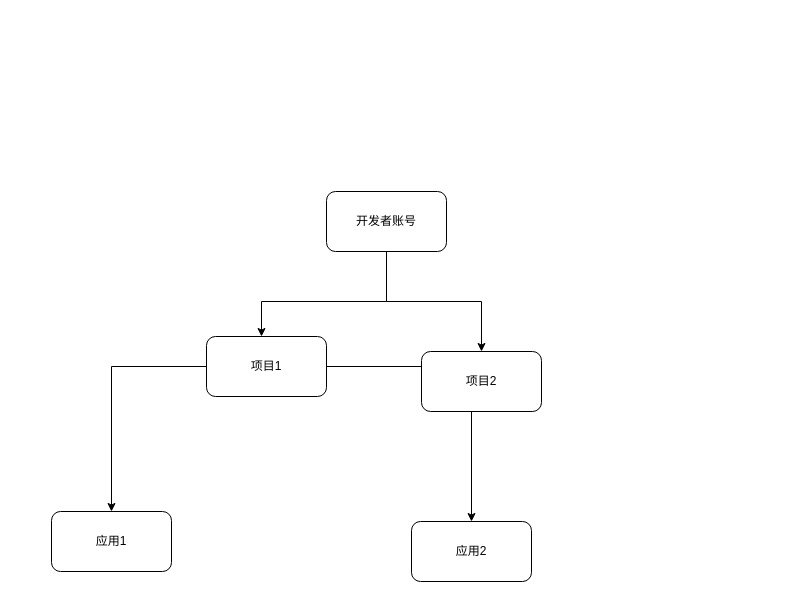
This is cloud_project_application.drawio from jimmy0/chart, a draw.io file, before an edit. Source tidied: cells renumbered, new cells numbered last; positions are measured from the earlier drawing's top-left corner, leaving out a move shared by most shapes. Both pictures are drawn from the tidied source at 100%, with x=0, y=0 at pixel (51, 191).
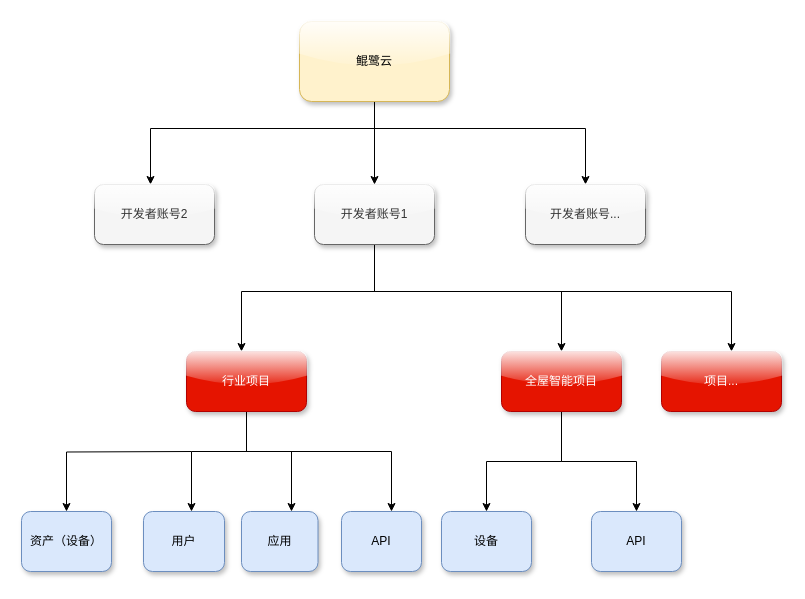
After the change.

Change to the diagram source:
```diff
@@
     <mxCell id="2" style="edgeStyle=orthogonalEdgeStyle;rounded=0;jettySize=auto;html=1;" parent="1" edge="1" source="4" target="7">
       <mxGeometry relative="1" as="geometry">
         <Array as="points">
-          <mxPoint x="335" y="110" />
-          <mxPoint x="210" y="110" />
+          <mxPoint x="323" y="100" />
+          <mxPoint x="190" y="100" />
         </Array>
       </mxGeometry>
     </mxCell>
     <mxCell id="3" style="edgeStyle=orthogonalEdgeStyle;rounded=0;jettySize=auto;html=1;" parent="1" edge="1" source="4" target="8">
-      <mxGeometry relative="1" as="geometry" />
+      <mxGeometry relative="1" as="geometry">
+        <Array as="points">
+          <mxPoint x="323" y="100" />
+          <mxPoint x="510" y="100" />
+        </Array>
+      </mxGeometry>
     </mxCell>
+    <mxCell id="11" style="edgeStyle=orthogonalEdgeStyle;rounded=0;jettySize=auto;html=1;" parent="1" edge="1" source="4" target="26">
+      <mxGeometry relative="1" as="geometry">
+        <Array as="points">
+          <mxPoint x="323" y="100" />
+          <mxPoint x="680" y="100" />
+        </Array>
+      </mxGeometry>
+    </mxCell>
-    <mxCell id="4" value="开发者账号" style="rounded=1;whiteSpace=wrap;html=1;" parent="1" vertex="1">
-      <mxGeometry x="275" width="120" height="60" as="geometry" />
+    <mxCell id="4" value="开发者账号1" style="rounded=1;whiteSpace=wrap;html=1;fillColor=#f5f5f5;strokeColor=#666666;fontColor=#333333;shadow=1;sketch=0;glass=1;" parent="1" vertex="1">
+      <mxGeometry x="263" y="-7" width="120" height="60" as="geometry" />
     </mxCell>
-    <mxCell id="5" style="edgeStyle=orthogonalEdgeStyle;rounded=0;jettySize=auto;html=1;" parent="1" edge="1" source="7" target="9">
-      <mxGeometry relative="1" as="geometry" />
+    <mxCell id="5" style="edgeStyle=orthogonalEdgeStyle;rounded=0;jettySize=auto;html=1;" parent="1" edge="1" target="9">
+      <mxGeometry relative="1" as="geometry">
+        <mxPoint x="140" y="260" as="sourcePoint" />
+      </mxGeometry>
     </mxCell>
     <mxCell id="6" style="edgeStyle=orthogonalEdgeStyle;rounded=0;jettySize=auto;html=1;" parent="1" edge="1" source="7" target="10">
-      <mxGeometry relative="1" as="geometry" />
+      <mxGeometry relative="1" as="geometry">
+        <Array as="points">
+          <mxPoint x="195" y="260" />
+          <mxPoint x="240" y="260" />
+        </Array>
+      </mxGeometry>
     </mxCell>
+    <mxCell id="12" style="edgeStyle=orthogonalEdgeStyle;rounded=0;jettySize=auto;html=1;" parent="1" edge="1" source="7" target="16">
+      <mxGeometry relative="1" as="geometry">
+        <Array as="points">
+          <mxPoint x="195" y="260" />
+          <mxPoint x="140" y="260" />
+        </Array>
+      </mxGeometry>
+    </mxCell>
+    <mxCell id="13" style="edgeStyle=orthogonalEdgeStyle;rounded=0;jettySize=auto;html=1;" parent="1" edge="1" source="7" target="17">
+      <mxGeometry relative="1" as="geometry">
+        <Array as="points">
+          <mxPoint x="195" y="260" />
+          <mxPoint x="340" y="260" />
+        </Array>
+      </mxGeometry>
+    </mxCell>
-    <mxCell id="7" value="项目1" style="rounded=1;whiteSpace=wrap;html=1;" parent="1" vertex="1">
-      <mxGeometry x="155" y="145" width="120" height="60" as="geometry" />
+    <mxCell id="7" value="行业项目" style="rounded=1;whiteSpace=wrap;html=1;fillColor=#e51400;strokeColor=#B20000;fontColor=#ffffff;shadow=1;glass=1;" parent="1" vertex="1">
+      <mxGeometry x="135" y="160" width="120" height="60" as="geometry" />
     </mxCell>
+    <mxCell id="14" style="edgeStyle=orthogonalEdgeStyle;rounded=0;jettySize=auto;html=1;" parent="1" edge="1" source="8" target="18">
+      <mxGeometry relative="1" as="geometry" />
+    </mxCell>
+    <mxCell id="15" style="edgeStyle=orthogonalEdgeStyle;rounded=0;jettySize=auto;html=1;" parent="1" edge="1" source="8" target="19">
+      <mxGeometry relative="1" as="geometry" />
+    </mxCell>
-    <mxCell id="8" value="项目2" style="rounded=1;whiteSpace=wrap;html=1;" parent="1" vertex="1">
-      <mxGeometry x="370" y="160" width="120" height="60" as="geometry" />
+    <mxCell id="8" value="全屋智能项目" style="rounded=1;whiteSpace=wrap;html=1;fillColor=#e51400;strokeColor=#B20000;fontColor=#ffffff;shadow=1;glass=1;" parent="1" vertex="1">
+      <mxGeometry x="450" y="160" width="120" height="60" as="geometry" />
     </mxCell>
-    <mxCell id="9" value="应用1" style="rounded=1;whiteSpace=wrap;html=1;" parent="1" vertex="1">
-      <mxGeometry y="320" width="120" height="60" as="geometry" />
+    <mxCell id="9" value="资产（设备）" style="rounded=1;whiteSpace=wrap;html=1;fillColor=#dae8fc;strokeColor=#6c8ebf;shadow=1;" parent="1" vertex="1">
+      <mxGeometry x="-30" y="320" width="90" height="60" as="geometry" />
     </mxCell>
-    <mxCell id="10" value="应用2" style="rounded=1;whiteSpace=wrap;html=1;" parent="1" vertex="1">
-      <mxGeometry x="360" y="330" width="120" height="60" as="geometry" />
+    <mxCell id="10" value="应用" style="rounded=1;whiteSpace=wrap;html=1;fillColor=#dae8fc;strokeColor=#6c8ebf;shadow=1;" parent="1" vertex="1">
+      <mxGeometry x="190" y="320" width="76.5" height="60" as="geometry" />
     </mxCell>
+    <mxCell id="16" value="用户" style="rounded=1;whiteSpace=wrap;html=1;fillColor=#dae8fc;strokeColor=#6c8ebf;shadow=1;" parent="1" vertex="1">
+      <mxGeometry x="92" y="320" width="81" height="60" as="geometry" />
+    </mxCell>
+    <mxCell id="17" value="API" style="rounded=1;whiteSpace=wrap;html=1;fillColor=#dae8fc;strokeColor=#6c8ebf;shadow=1;" parent="1" vertex="1">
+      <mxGeometry x="290" y="320" width="80" height="60" as="geometry" />
+    </mxCell>
+    <mxCell id="18" value="设备" style="rounded=1;whiteSpace=wrap;html=1;fillColor=#dae8fc;strokeColor=#6c8ebf;shadow=1;" parent="1" vertex="1">
+      <mxGeometry x="390" y="320" width="90" height="60" as="geometry" />
+    </mxCell>
+    <mxCell id="19" value="API" style="rounded=1;whiteSpace=wrap;html=1;fillColor=#dae8fc;strokeColor=#6c8ebf;shadow=1;" parent="1" vertex="1">
+      <mxGeometry x="540" y="320" width="90" height="60" as="geometry" />
+    </mxCell>
+    <mxCell id="20" style="edgeStyle=orthogonalEdgeStyle;rounded=0;jettySize=auto;html=1;" parent="1" edge="1" source="23" target="4">
+      <mxGeometry relative="1" as="geometry" />
+    </mxCell>
+    <mxCell id="21" style="edgeStyle=orthogonalEdgeStyle;rounded=0;jettySize=auto;html=1;" parent="1" edge="1" source="23" target="24">
+      <mxGeometry relative="1" as="geometry">
+        <Array as="points">
+          <mxPoint x="323" y="-63" />
+          <mxPoint x="99" y="-63" />
+        </Array>
+      </mxGeometry>
+    </mxCell>
+    <mxCell id="22" style="edgeStyle=orthogonalEdgeStyle;rounded=0;jettySize=auto;html=1;" parent="1" edge="1" source="23" target="25">
+      <mxGeometry relative="1" as="geometry">
+        <Array as="points">
+          <mxPoint x="323" y="-63" />
+          <mxPoint x="534" y="-63" />
+        </Array>
+      </mxGeometry>
+    </mxCell>
+    <mxCell id="23" value="鲲鹭云" style="rounded=1;whiteSpace=wrap;html=1;fillColor=#fff2cc;strokeColor=#d6b656;shadow=1;glass=1;" parent="1" vertex="1">
+      <mxGeometry x="248" y="-170" width="150" height="80" as="geometry" />
+    </mxCell>
+    <mxCell id="24" value="开发者账号2" style="rounded=1;whiteSpace=wrap;html=1;fillColor=#f5f5f5;strokeColor=#666666;fontColor=#333333;glass=1;shadow=1;" parent="1" vertex="1">
+      <mxGeometry x="43" y="-7" width="120" height="60" as="geometry" />
+    </mxCell>
+    <mxCell id="25" value="开发者账号..." style="rounded=1;whiteSpace=wrap;html=1;fillColor=#f5f5f5;strokeColor=#666666;fontColor=#333333;glass=1;shadow=1;" parent="1" vertex="1">
+      <mxGeometry x="474" y="-7" width="120" height="60" as="geometry" />
+    </mxCell>
+    <mxCell id="26" value="项目..." style="rounded=1;whiteSpace=wrap;html=1;fillColor=#e51400;strokeColor=#B20000;fontColor=#ffffff;glass=1;shadow=1;" parent="1" vertex="1">
+      <mxGeometry x="610" y="160" width="120" height="60" as="geometry" />
+    </mxCell>
```
